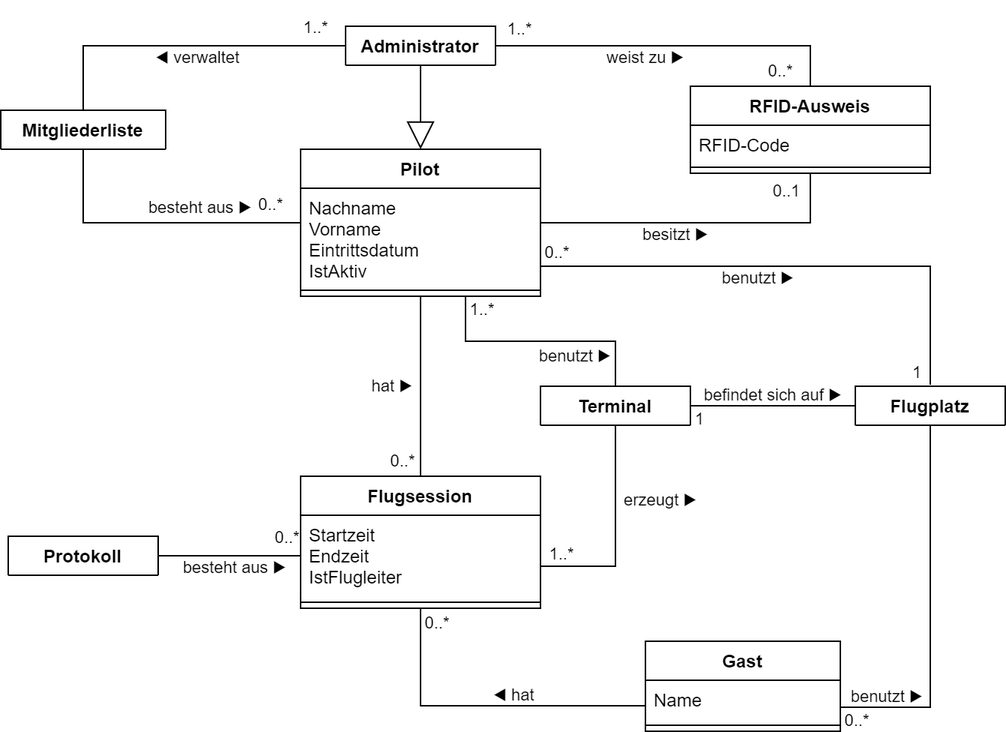
The draw.io diagram docs/requirements/images/Domainmodell/domain_model.png in Lernni/E2-Anwesenheitserfassung-fuer-Modellflugplatz, before a commit. Source tidied: cells renumbered, new cells last; positions are measured from the earlier drawing's top-left corner, leaving out a move shared by most shapes.
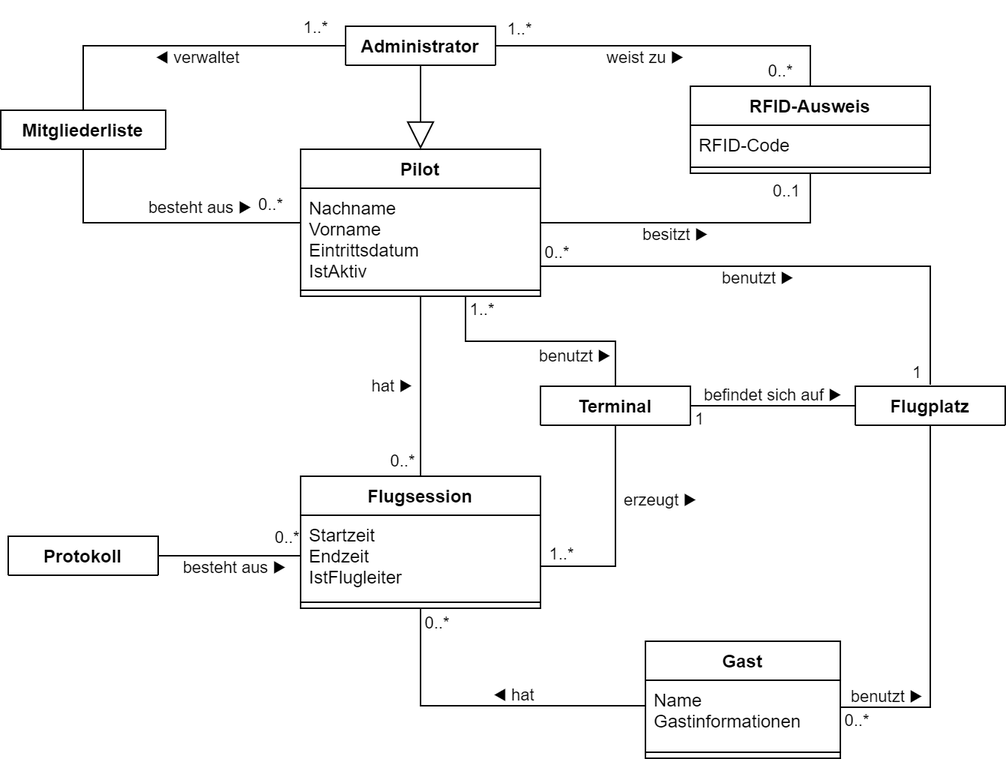
Above is the later version.

Change to the diagram source:
```diff
@@ -216,13 +216,13 @@
       </mxGeometry>
     </mxCell>
     <mxCell id="49" value="Gast" style="swimlane;fontStyle=1;align=center;verticalAlign=top;horizontal=1;startSize=26;" parent="1" vertex="1">
-      <mxGeometry x="430" y="410" width="130" height="60" as="geometry" />
+      <mxGeometry x="430" y="410" width="130" height="78" as="geometry" />
     </mxCell>
-    <mxCell id="50" value="Name" style="text;strokeColor=none;fillColor=none;align=left;verticalAlign=top;spacingLeft=4;spacingRight=4;overflow=hidden;" parent="49" vertex="1">
-      <mxGeometry y="26" width="130" height="26" as="geometry" />
+    <mxCell id="50" value="Name&#10;Gastinformationen" style="text;strokeColor=none;fillColor=none;align=left;verticalAlign=top;spacingLeft=4;spacingRight=4;overflow=hidden;" parent="49" vertex="1">
+      <mxGeometry y="26" width="130" height="44" as="geometry" />
     </mxCell>
     <mxCell id="51" style="line;strokeWidth=1;fillColor=none;align=left;verticalAlign=middle;spacingTop=-1;spacingLeft=3;spacingRight=3;labelPosition=right;" parent="49" vertex="1">
-      <mxGeometry y="52" width="130" height="8" as="geometry" />
+      <mxGeometry y="70" width="130" height="8" as="geometry" />
     </mxCell>
     <mxCell id="52" style="edgeStyle=orthogonalEdgeStyle;rounded=0;sketch=0;jettySize=auto;html=1;strokeColor=#000000;endArrow=none;endFill=0;exitX=0.5;exitY=1;exitDx=0;exitDy=0;" parent="1" edge="1" source="41">
       <mxGeometry relative="1" as="geometry">
```
